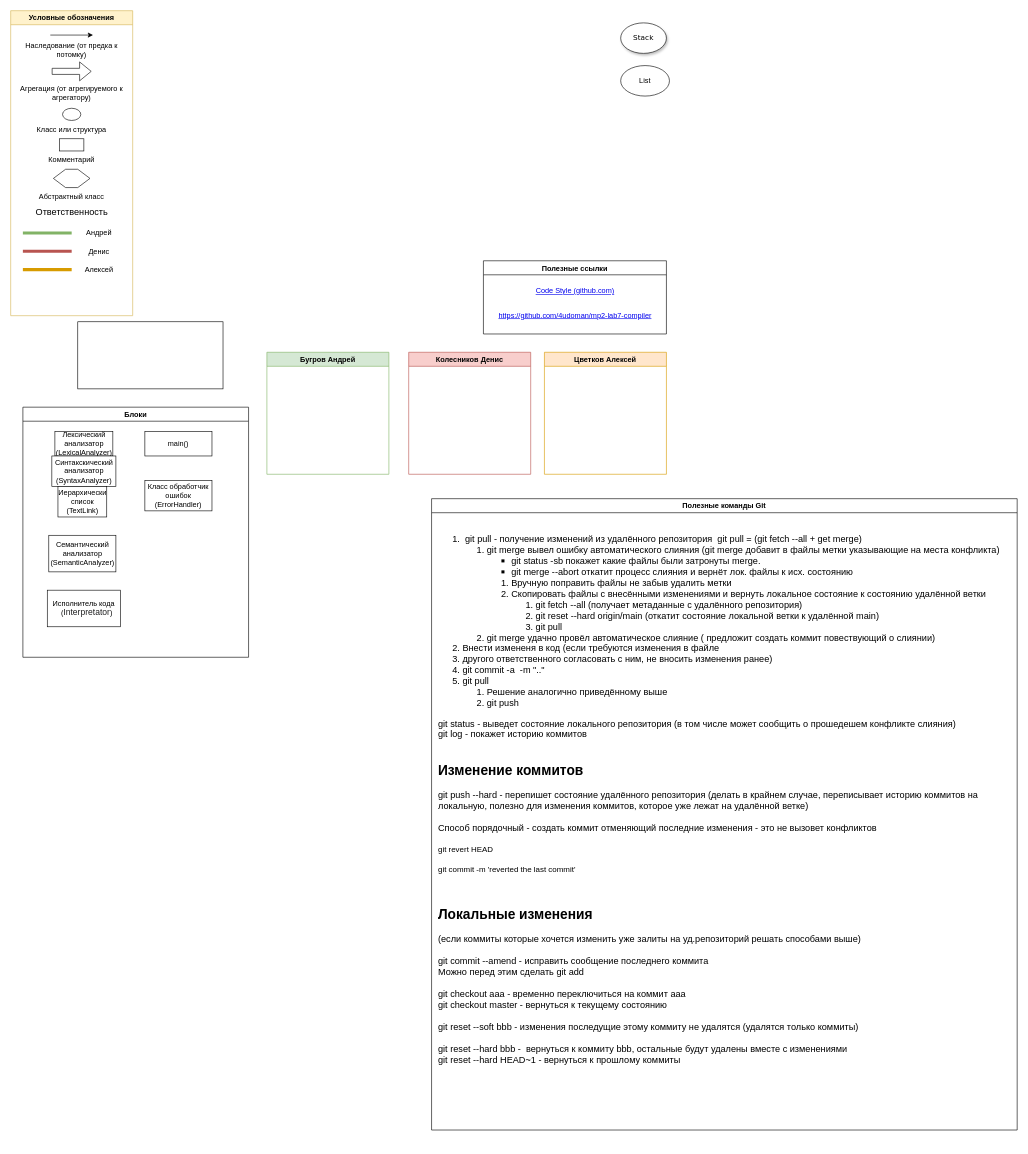
Before: Class_Diagram.drawio in ParkerProbe/mp2-lab7-compiler, a draw.io diagram. Source tidied: cells renumbered, new cells numbered last; positions are measured from the earlier drawing's top-left corner, leaving out a move shared by most shapes. Both pictures are drawn from the tidied source at 61%, with x=0, y=0 at pixel (10, 10).
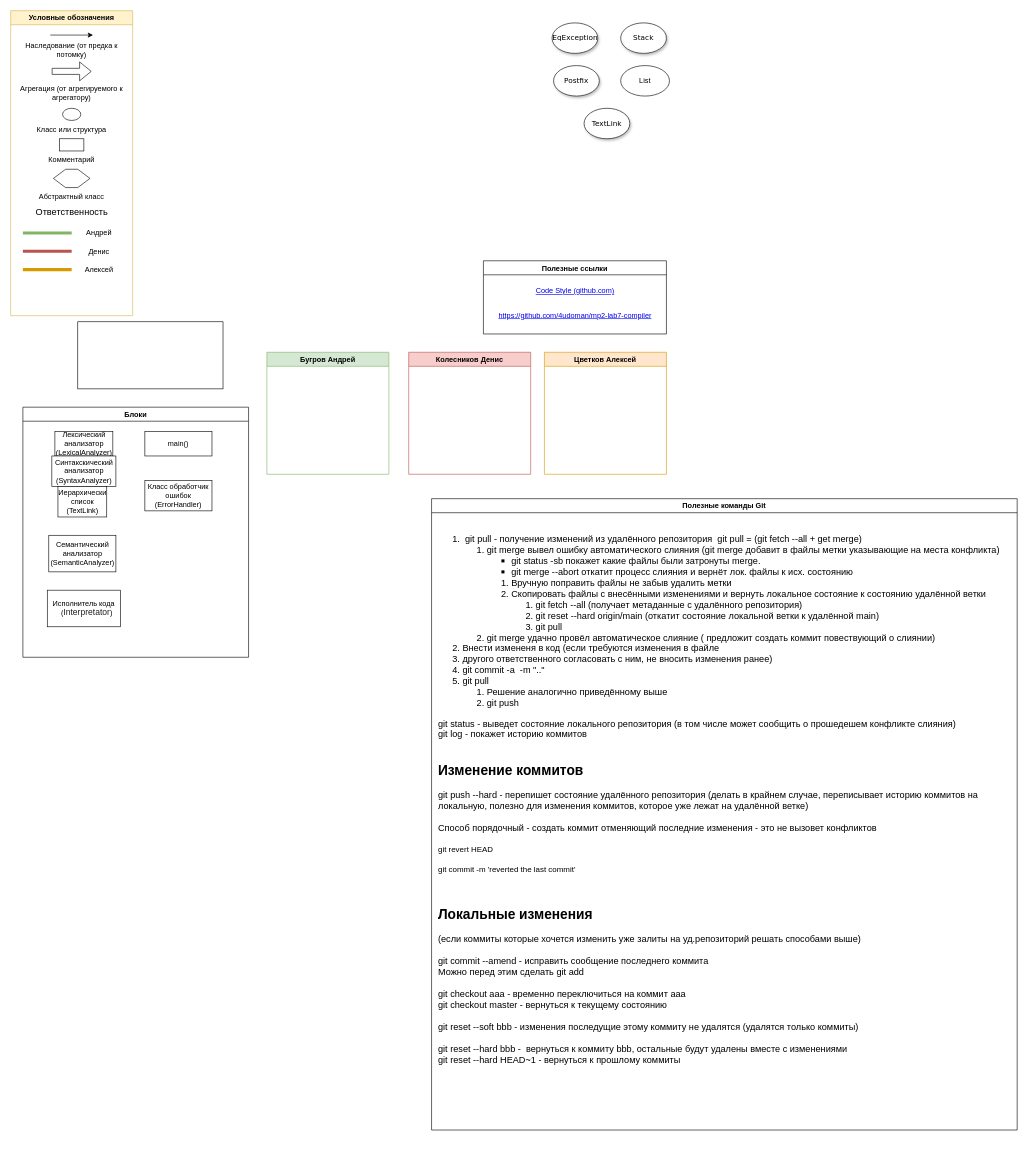
The same page after the edit.

Diff of the diagram source:
```diff
@@
+    <mxCell id="42" value="EqException" style="ellipse;whiteSpace=wrap;html=1;rounded=0;shadow=1;comic=0;labelBackgroundColor=none;strokeWidth=1;fontFamily=Verdana;fontSize=12;align=center;" parent="1" vertex="1">
+      <mxGeometry x="887.5" y="20" width="75" height="50" as="geometry" />
+    </mxCell>
+    <mxCell id="43" value="Postfix" style="ellipse;whiteSpace=wrap;html=1;rounded=0;shadow=1;comic=0;labelBackgroundColor=none;strokeWidth=1;fontFamily=Verdana;fontSize=12;align=center;" parent="1" vertex="1">
+      <mxGeometry x="890" y="90" width="75" height="50" as="geometry" />
+    </mxCell>
+    <mxCell id="44" value="TextLink" style="ellipse;whiteSpace=wrap;html=1;rounded=0;shadow=1;comic=0;labelBackgroundColor=none;strokeWidth=1;fontFamily=Verdana;fontSize=12;align=center;" parent="1" vertex="1">
+      <mxGeometry x="940" y="160" width="75" height="50" as="geometry" />
+    </mxCell>
```
